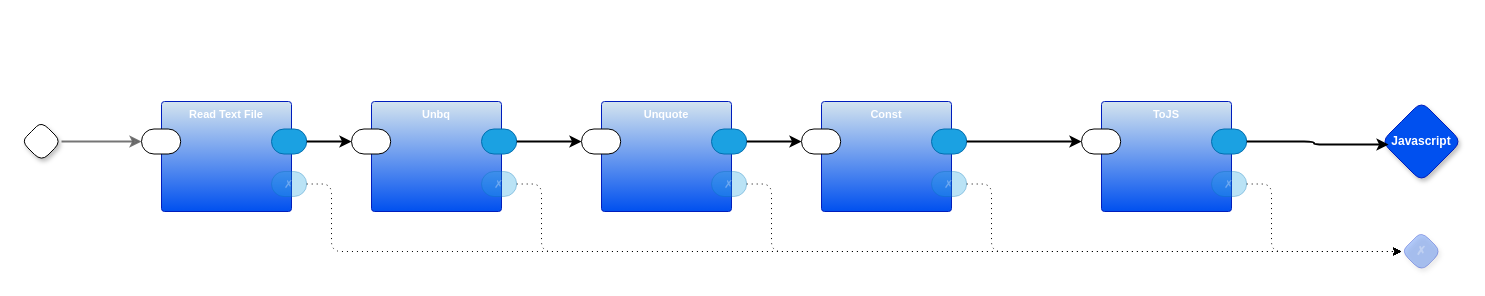
Above: page "main" (1 of 5) of p6.drawio in guitarvydas/p6 (draw.io), before the change. Source tidied: cells renumbered, new cells numbered last; positions are measured from the earlier drawing's top-left corner, leaving out a move shared by most shapes. Both pictures are drawn from the tidied source at 100%, with x=0, y=0 at pixel (21, 101).
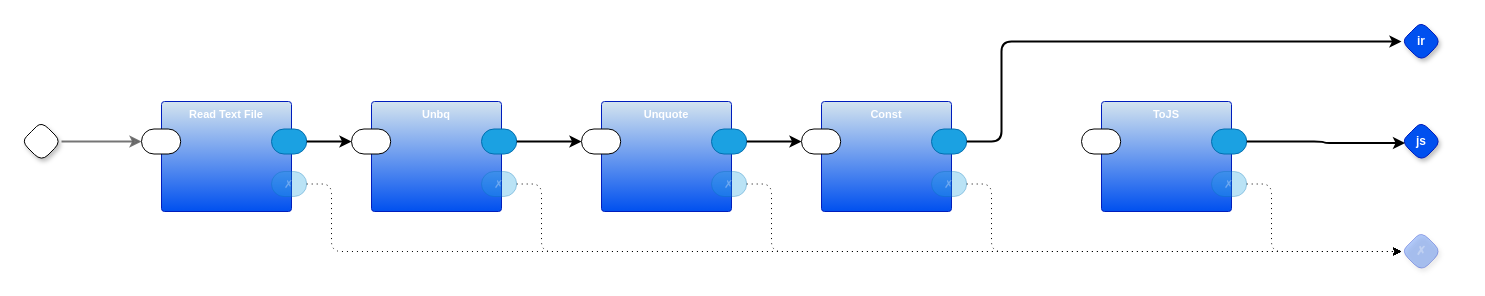
The same page after the edit.

The change refers to these unchanged cells:
```xml
<mxCell id="27" style="rounded=1;whiteSpace=wrap;html=1;sketch=0;points=[[0,0.5,0,0,0],[1,0.5,0,0,0]];fillColor=#1ba1e2;fontColor=#ffffff;strokeColor=#006EAF;arcSize=50;fontFamily=Helvetica;fontSize=11;" parent="24" vertex="1">
  <mxGeometry x="110" y="27.5" width="35.2" height="25" as="geometry" />
</mxCell>
<mxCell id="30" style="rounded=1;whiteSpace=wrap;html=1;sketch=0;points=[[0,0.5,0,0,0],[1,0.5,0,0,0]];arcSize=50;fontFamily=Helvetica;fontSize=11;fontColor=default;" parent="29" vertex="1">
  <mxGeometry x="-20" y="27.5" width="39.2" height="25" as="geometry" />
</mxCell>
```

What changed in the source:
```diff
@@
-    <mxCell id="11" value="Javascript" style="rhombus;whiteSpace=wrap;html=1;rounded=1;fillColor=#0050ef;fontColor=#ffffff;strokeColor=#001DBC;fontStyle=1;glass=0;sketch=0;fontSize=12;points=[[0,0.5,0,0,0],[0.5,0,0,0,0],[0.5,1,0,0,0],[1,0.5,0,0,0]];shadow=1;fontFamily=Helvetica;" parent="1" vertex="1">
-      <mxGeometry x="1360" width="80" height="80" as="geometry" />
+    <mxCell id="11" value="js" style="rhombus;whiteSpace=wrap;html=1;rounded=1;fillColor=#0050ef;fontColor=#ffffff;strokeColor=#001DBC;fontStyle=1;glass=0;sketch=0;fontSize=12;points=[[0,0.5,0,0,0],[0.5,0,0,0,0],[0.5,1,0,0,0],[1,0.5,0,0,0]];shadow=1;fontFamily=Helvetica;" parent="1" vertex="1">
+      <mxGeometry x="1380" y="20" width="40" height="40" as="geometry" />
     </mxCell>
@@
-    <mxCell id="33" style="edgeStyle=orthogonalEdgeStyle;rounded=1;jettySize=auto;html=1;exitX=1;exitY=0.5;exitDx=0;exitDy=0;exitPerimeter=0;entryX=0;entryY=0.5;entryDx=0;entryDy=0;entryPerimeter=0;strokeWidth=2;curved=0;" parent="1" edge="1" source="27" target="30">
-      <mxGeometry relative="1" as="geometry" />
+    <mxCell id="33" style="edgeStyle=orthogonalEdgeStyle;rounded=1;jettySize=auto;html=1;exitX=1;exitY=0.5;exitDx=0;exitDy=0;exitPerimeter=0;entryX=0;entryY=0.5;entryDx=0;entryDy=0;entryPerimeter=0;strokeWidth=2;curved=0;" parent="1" edge="1" source="27" target="36">
+      <mxGeometry relative="1" as="geometry">
+        <Array as="points">
+          <mxPoint x="980" y="40" />
+          <mxPoint x="980" y="-60" />
+        </Array>
+      </mxGeometry>
     </mxCell>
@@
+    <mxCell id="36" value="ir" style="rhombus;whiteSpace=wrap;html=1;rounded=1;fontStyle=1;glass=0;sketch=0;fontSize=12;points=[[0,0.5,0,0,0],[0.5,0,0,0,0],[0.5,1,0,0,0],[1,0.5,0,0,0]];shadow=1;fillColor=#0050ef;fontColor=#ffffff;strokeColor=#001DBC;fontFamily=Helvetica;labelBackgroundColor=none;" parent="1" vertex="1">
+      <mxGeometry x="1380" y="-80" width="40" height="40" as="geometry" />
+    </mxCell>
```
